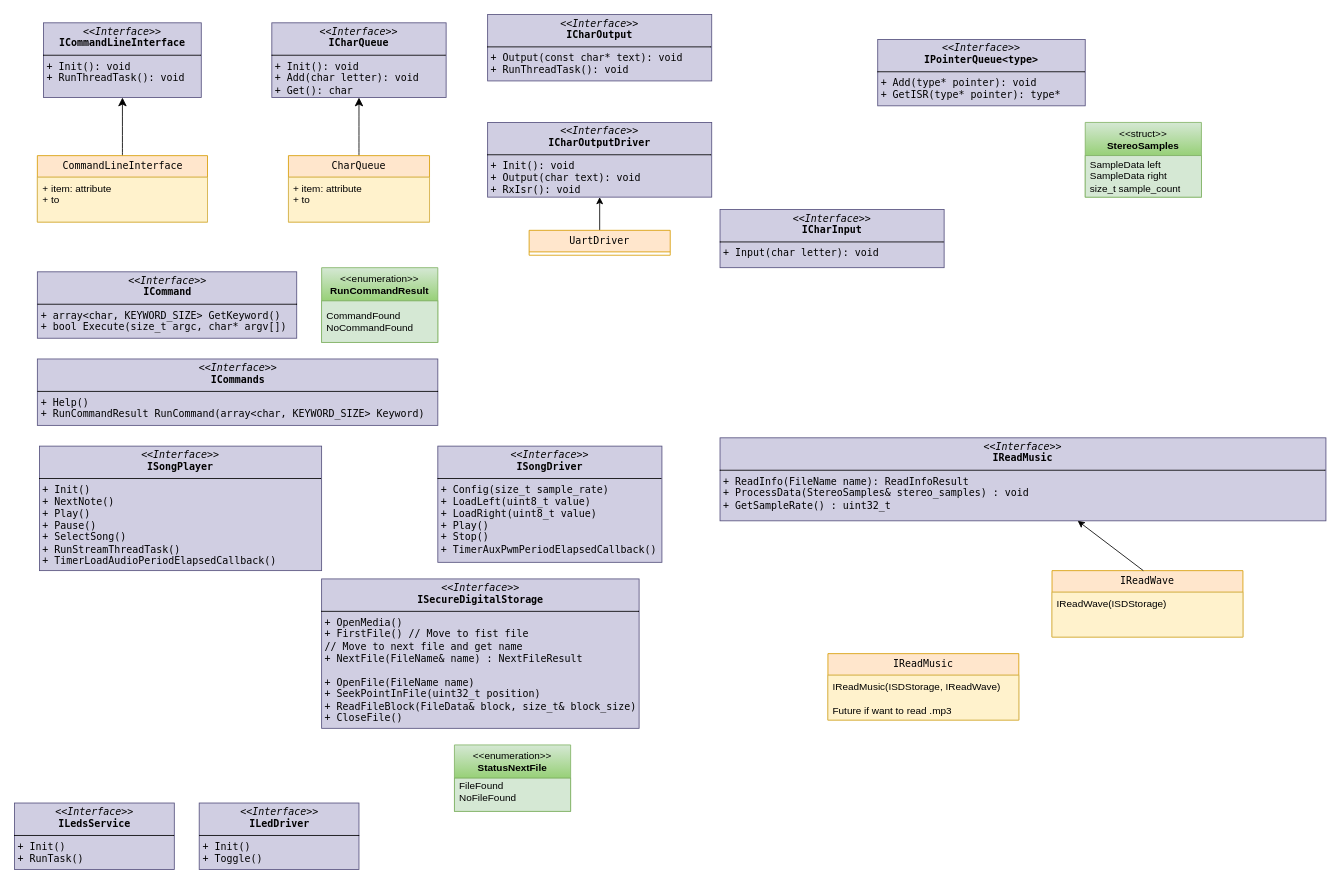
Above: docs/Music_Player.drawio in Hitthesurf/music_player (draw.io), before the change. Source tidied: cells renumbered, new cells numbered last; positions are measured from the earlier drawing's top-left corner, leaving out a move shared by most shapes. Both pictures are drawn from the tidied source at 83%, with x=0, y=0 at pixel (14, 14).
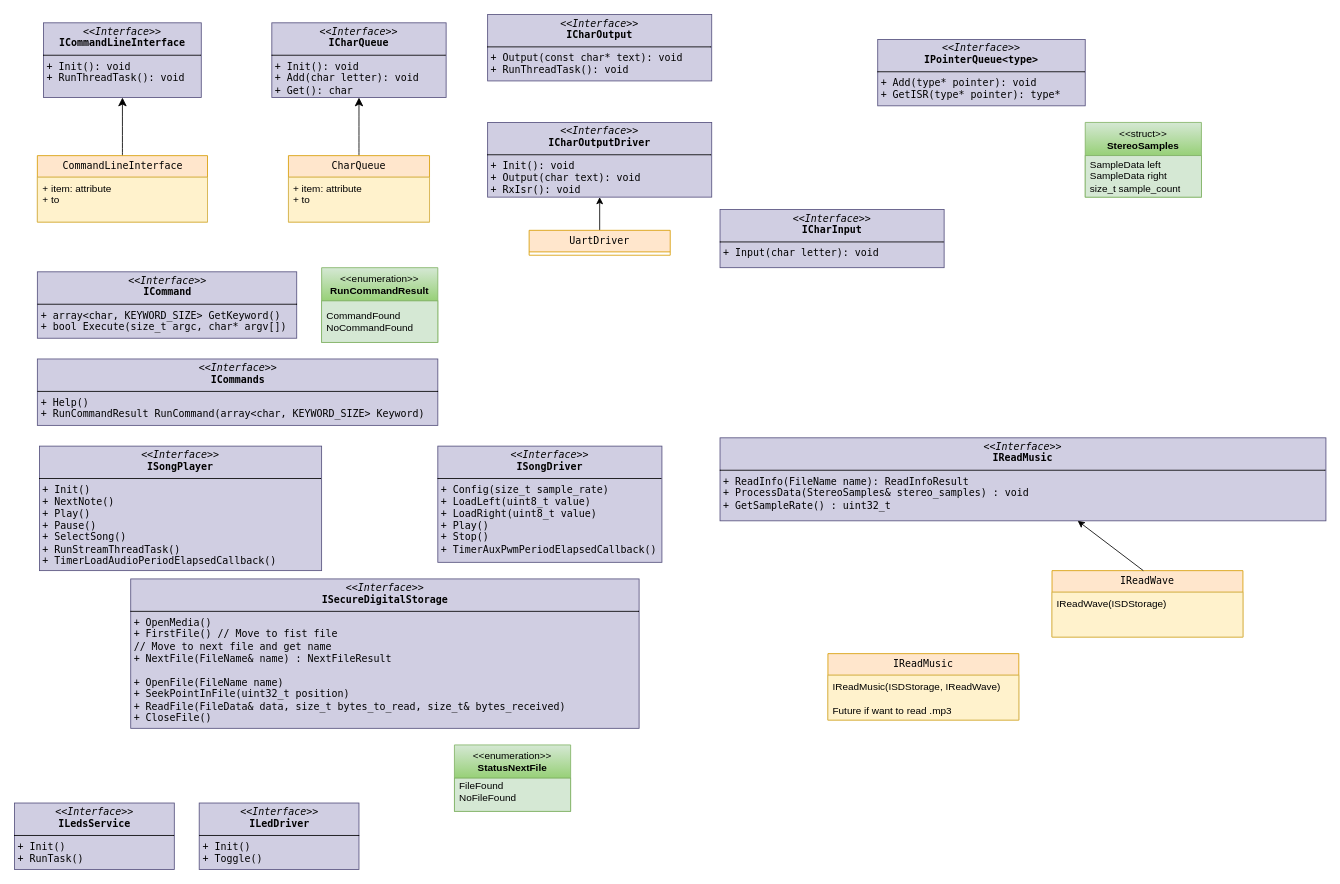
Above is the later version.

Change to the diagram source:
```diff
@@
-    <mxCell id="18" value="&lt;p style=&quot;margin:0px;margin-top:4px;text-align:center;&quot;&gt;&lt;i&gt;&amp;lt;&amp;lt;Interface&amp;gt;&amp;gt;&lt;/i&gt;&lt;br&gt;&lt;b style=&quot;&quot;&gt;&lt;font&gt;ISecureDigitalStorage&lt;/font&gt;&lt;/b&gt;&lt;/p&gt;&lt;hr style=&quot;border-style:solid;&quot; size=&quot;1&quot;&gt;&lt;p style=&quot;margin:0px;margin-left:4px;&quot;&gt;&lt;span style=&quot;background-color: transparent; color: light-dark(rgb(0, 0, 0), rgb(255, 255, 255));&quot;&gt;+ OpenMedia()&lt;/span&gt;&lt;/p&gt;&lt;p style=&quot;margin:0px;margin-left:4px;&quot;&gt;&lt;span style=&quot;background-color: transparent; color: light-dark(rgb(0, 0, 0), rgb(255, 255, 255));&quot;&gt;+ FirstFile() // Move to fist file&lt;/span&gt;&lt;/p&gt;&lt;p style=&quot;margin:0px;margin-left:4px;&quot;&gt;&lt;font&gt;// Move to next file and get name&lt;/font&gt;&lt;/p&gt;&lt;p style=&quot;margin:0px;margin-left:4px;&quot;&gt;&lt;font&gt;+ NextFile(FileName&amp;amp; name&lt;/font&gt;&lt;span style=&quot;background-color: transparent; color: light-dark(rgb(0, 0, 0), rgb(255, 255, 255));&quot;&gt;) : NextFileResult&lt;/span&gt;&lt;/p&gt;&lt;p style=&quot;margin:0px;margin-left:4px;&quot;&gt;&lt;span style=&quot;background-color: transparent; color: light-dark(rgb(0, 0, 0), rgb(255, 255, 255));&quot;&gt;&lt;br&gt;&lt;/span&gt;&lt;/p&gt;&lt;p style=&quot;margin:0px;margin-left:4px;&quot;&gt;&lt;font&gt;+ OpenFile&lt;/font&gt;&lt;span style=&quot;background-color: transparent; color: light-dark(rgb(0, 0, 0), rgb(255, 255, 255));&quot;&gt;(&lt;/span&gt;&lt;span style=&quot;background-color: transparent; color: light-dark(rgb(0, 0, 0), rgb(255, 255, 255));&quot;&gt;FileName name&lt;/span&gt;&lt;span style=&quot;background-color: transparent; color: light-dark(rgb(0, 0, 0), rgb(255, 255, 255));&quot;&gt;)&lt;/span&gt;&lt;/p&gt;&lt;p style=&quot;margin:0px;margin-left:4px;&quot;&gt;&lt;span style=&quot;background-color: transparent; color: light-dark(rgb(0, 0, 0), rgb(255, 255, 255));&quot;&gt;+ SeekPointInFile(uint32_t position&lt;/span&gt;&lt;span style=&quot;background-color: transparent; color: light-dark(rgb(0, 0, 0), rgb(255, 255, 255));&quot;&gt;)&lt;/span&gt;&lt;/p&gt;&lt;p style=&quot;margin:0px;margin-left:4px;&quot;&gt;&lt;font&gt;+ ReadFileBlock(FileData&amp;amp; block, size_t&amp;amp; block_size&lt;/font&gt;&lt;span style=&quot;background-color: transparent; color: light-dark(rgb(0, 0, 0), rgb(255, 255, 255));&quot;&gt;)&lt;/span&gt;&lt;/p&gt;&lt;p style=&quot;margin:0px;margin-left:4px;&quot;&gt;&lt;span style=&quot;background-color: transparent; color: light-dark(rgb(0, 0, 0), rgb(255, 255, 255));&quot;&gt;+ CloseFile()&lt;/span&gt;&lt;/p&gt;" style="verticalAlign=top;align=left;overflow=fill;html=1;whiteSpace=wrap;fillColor=#d0cee2;strokeColor=#56517e;fontFamily=Lucida Console;" parent="1" vertex="1">
-      <mxGeometry x="370" y="680" width="382.5" height="180" as="geometry" />
+    <mxCell id="18" value="&lt;p style=&quot;margin:0px;margin-top:4px;text-align:center;&quot;&gt;&lt;i&gt;&amp;lt;&amp;lt;Interface&amp;gt;&amp;gt;&lt;/i&gt;&lt;br&gt;&lt;b style=&quot;&quot;&gt;&lt;font&gt;ISecureDigitalStorage&lt;/font&gt;&lt;/b&gt;&lt;/p&gt;&lt;hr style=&quot;border-style:solid;&quot; size=&quot;1&quot;&gt;&lt;p style=&quot;margin:0px;margin-left:4px;&quot;&gt;&lt;span style=&quot;background-color: transparent; color: light-dark(rgb(0, 0, 0), rgb(255, 255, 255));&quot;&gt;+ OpenMedia()&lt;/span&gt;&lt;/p&gt;&lt;p style=&quot;margin:0px;margin-left:4px;&quot;&gt;&lt;span style=&quot;background-color: transparent; color: light-dark(rgb(0, 0, 0), rgb(255, 255, 255));&quot;&gt;+ FirstFile() // Move to fist file&lt;/span&gt;&lt;/p&gt;&lt;p style=&quot;margin:0px;margin-left:4px;&quot;&gt;&lt;font&gt;// Move to next file and get name&lt;/font&gt;&lt;/p&gt;&lt;p style=&quot;margin:0px;margin-left:4px;&quot;&gt;&lt;font&gt;+ NextFile(FileName&amp;amp; name&lt;/font&gt;&lt;span style=&quot;background-color: transparent; color: light-dark(rgb(0, 0, 0), rgb(255, 255, 255));&quot;&gt;) : NextFileResult&lt;/span&gt;&lt;/p&gt;&lt;p style=&quot;margin:0px;margin-left:4px;&quot;&gt;&lt;span style=&quot;background-color: transparent; color: light-dark(rgb(0, 0, 0), rgb(255, 255, 255));&quot;&gt;&lt;br&gt;&lt;/span&gt;&lt;/p&gt;&lt;p style=&quot;margin:0px;margin-left:4px;&quot;&gt;&lt;font&gt;+ OpenFile&lt;/font&gt;&lt;span style=&quot;background-color: transparent; color: light-dark(rgb(0, 0, 0), rgb(255, 255, 255));&quot;&gt;(&lt;/span&gt;&lt;span style=&quot;background-color: transparent; color: light-dark(rgb(0, 0, 0), rgb(255, 255, 255));&quot;&gt;FileName name&lt;/span&gt;&lt;span style=&quot;background-color: transparent; color: light-dark(rgb(0, 0, 0), rgb(255, 255, 255));&quot;&gt;)&lt;/span&gt;&lt;/p&gt;&lt;p style=&quot;margin:0px;margin-left:4px;&quot;&gt;&lt;span style=&quot;background-color: transparent; color: light-dark(rgb(0, 0, 0), rgb(255, 255, 255));&quot;&gt;+ SeekPointInFile(uint32_t position&lt;/span&gt;&lt;span style=&quot;background-color: transparent; color: light-dark(rgb(0, 0, 0), rgb(255, 255, 255));&quot;&gt;)&lt;/span&gt;&lt;/p&gt;&lt;p style=&quot;margin:0px;margin-left:4px;&quot;&gt;&lt;font&gt;+ ReadFile(FileData&amp;amp; data, size_t bytes_to_read, size_t&amp;amp; bytes_received&lt;/font&gt;&lt;span style=&quot;background-color: transparent; color: light-dark(rgb(0, 0, 0), rgb(255, 255, 255));&quot;&gt;)&lt;/span&gt;&lt;/p&gt;&lt;p style=&quot;margin:0px;margin-left:4px;&quot;&gt;&lt;span style=&quot;background-color: transparent; color: light-dark(rgb(0, 0, 0), rgb(255, 255, 255));&quot;&gt;+ CloseFile()&lt;/span&gt;&lt;/p&gt;" style="verticalAlign=top;align=left;overflow=fill;html=1;whiteSpace=wrap;fillColor=#d0cee2;strokeColor=#56517e;fontFamily=Lucida Console;" parent="1" vertex="1">
+      <mxGeometry x="140" y="680" width="612.5" height="180" as="geometry" />
     </mxCell>
```
